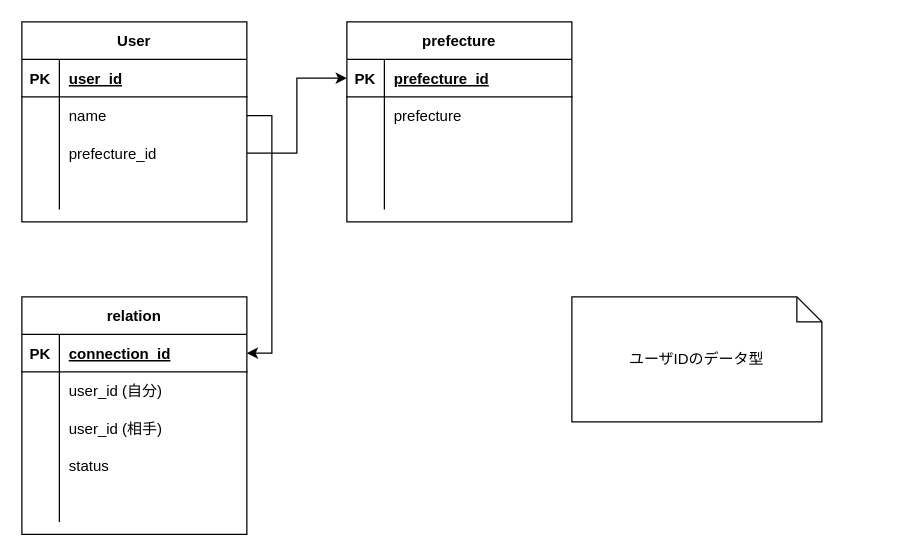
alex64Doby/HackU keeps this draw.io diagram as HackU_DB.drawio. Above is the earlier version. Source tidied: cells renumbered, new cells numbered last; positions are measured from the earlier drawing's top-left corner, leaving out a move shared by most shapes. Both pictures are drawn from the tidied source at 125%, with x=0, y=0 at pixel (21, 21).
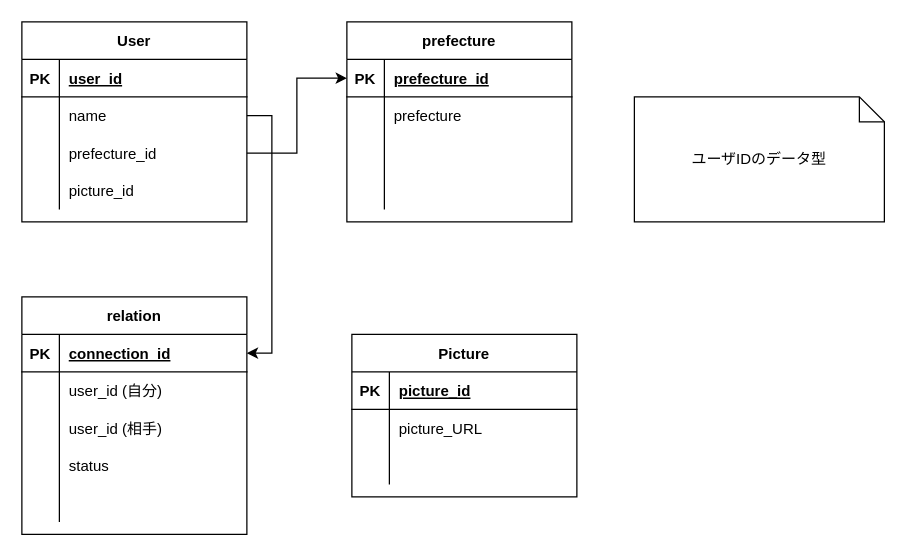
The same diagram, later.

The change refers to these unchanged cells:
```xml
<mxCell id="12" style="shape=tableRow;horizontal=0;startSize=0;swimlaneHead=0;swimlaneBody=0;fillColor=none;top=0;left=0;right=0;bottom=0;" parent="2" vertex="1">
  <mxGeometry y="120" width="180" height="30" as="geometry" />
</mxCell>
```

The edit, as a diff of the source:
```diff
@@
-    <mxCell id="14" style="shape=partialRectangle;fillColor=none;top=0;left=0;bottom=0;right=0;align=left;spacingLeft=6;overflow=hidden;fontStyle=0;" parent="12" vertex="1">
+    <mxCell id="14" value="picture_id" style="shape=partialRectangle;fillColor=none;top=0;left=0;bottom=0;right=0;align=left;spacingLeft=6;overflow=hidden;fontStyle=0;" parent="12" vertex="1">
       <mxGeometry x="30" width="150" height="30" as="geometry" />
     </mxCell>
@@
     <mxCell id="46" value="ユーザIDのデータ型&lt;br&gt;" style="shape=note;size=20;whiteSpace=wrap;html=1;" parent="1" vertex="1">
-      <mxGeometry x="440" y="220" width="200" height="100" as="geometry" />
+      <mxGeometry x="490" y="60" width="200" height="100" as="geometry" />
     </mxCell>
+    <mxCell id="47" value="Picture" style="shape=table;startSize=30;childLayout=tableLayout;rowLines=0;fontStyle=1;align=center;" parent="1" vertex="1">
+      <mxGeometry x="264" y="250" width="180" height="130" as="geometry" />
+    </mxCell>
+    <mxCell id="48" style="shape=tableRow;horizontal=0;startSize=0;swimlaneHead=0;swimlaneBody=0;fillColor=none;top=0;left=0;right=0;bottom=1;" parent="47" vertex="1">
+      <mxGeometry y="30" width="180" height="30" as="geometry" />
+    </mxCell>
+    <mxCell id="49" value="PK" style="shape=partialRectangle;fillColor=none;top=0;left=0;bottom=0;right=0;fontStyle=1;overflow=hidden;" parent="48" vertex="1">
+      <mxGeometry width="30" height="30" as="geometry" />
+    </mxCell>
+    <mxCell id="50" value="picture_id" style="shape=partialRectangle;fillColor=none;top=0;left=0;bottom=0;right=0;align=left;spacingLeft=6;fontStyle=5;overflow=hidden;" parent="48" vertex="1">
+      <mxGeometry x="30" width="150" height="30" as="geometry" />
+    </mxCell>
+    <mxCell id="51" style="shape=tableRow;horizontal=0;startSize=0;swimlaneHead=0;swimlaneBody=0;fillColor=none;top=0;left=0;right=0;bottom=0;" parent="47" vertex="1">
+      <mxGeometry y="60" width="180" height="30" as="geometry" />
+    </mxCell>
+    <mxCell id="52" style="shape=partialRectangle;fillColor=none;top=0;left=0;bottom=0;right=0;overflow=hidden;" parent="51" vertex="1">
+      <mxGeometry width="30" height="30" as="geometry" />
+    </mxCell>
+    <mxCell id="53" value="picture_URL" style="shape=partialRectangle;fillColor=none;top=0;left=0;bottom=0;right=0;align=left;spacingLeft=6;overflow=hidden;" parent="51" vertex="1">
+      <mxGeometry x="30" width="150" height="30" as="geometry" />
+    </mxCell>
+    <mxCell id="54" style="shape=tableRow;horizontal=0;startSize=0;swimlaneHead=0;swimlaneBody=0;fillColor=none;top=0;left=0;right=0;bottom=0;" parent="47" vertex="1">
+      <mxGeometry y="90" width="180" height="30" as="geometry" />
+    </mxCell>
+    <mxCell id="55" style="shape=partialRectangle;fillColor=none;top=0;left=0;bottom=0;right=0;overflow=hidden;" parent="54" vertex="1">
+      <mxGeometry width="30" height="30" as="geometry" />
+    </mxCell>
+    <mxCell id="56" style="shape=partialRectangle;fillColor=none;top=0;left=0;bottom=0;right=0;align=left;spacingLeft=6;overflow=hidden;fontStyle=0;" parent="54" vertex="1">
+      <mxGeometry x="30" width="150" height="30" as="geometry" />
+    </mxCell>
```
